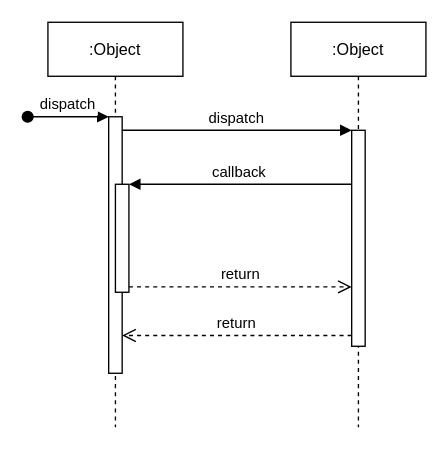
Above: Listener.drawio in Luffybaga/draw (draw.io), before the change. Source tidied: cells renumbered, new cells numbered last; positions are measured from the earlier drawing's top-left corner, leaving out a move shared by most shapes. Both pictures are drawn from the tidied source at 135%, with x=0, y=0 at pixel (27, 22).
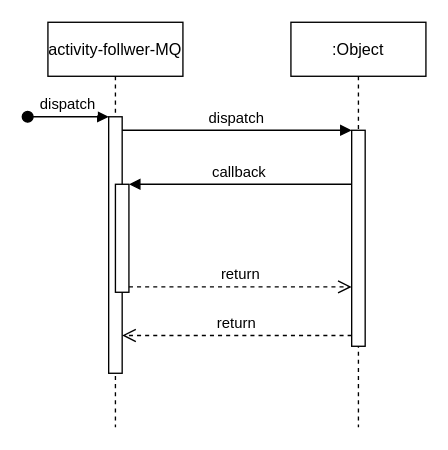
Above is the later version.

The edit, as a diff of the source:
```diff
@@
 <mxGraphModel>
   <root>
     <mxCell id="0" />
     <mxCell id="1" parent="0" />
-    <mxCell id="2" value=":Object" style="shape=umlLifeline;perimeter=lifelinePerimeter;rounded=0;shadow=0;strokeWidth=1;" parent="1" vertex="1">
+    <mxCell id="2" value="activity-follwer-MQ" style="shape=umlLifeline;perimeter=lifelinePerimeter;rounded=0;shadow=0;strokeWidth=1;" parent="1" vertex="1">
       <mxGeometry x="15" width="100" height="300" as="geometry" />
     </mxCell>
     <mxCell id="3" style="points=[];perimeter=orthogonalPerimeter;rounded=0;shadow=0;strokeWidth=1;" parent="2" vertex="1">
       <mxGeometry x="45" y="70" width="10" height="190" as="geometry" />
     </mxCell>
     <mxCell id="4" value="dispatch" style="verticalAlign=bottom;startArrow=oval;endArrow=block;startSize=8;shadow=0;strokeWidth=1;" parent="2" edge="1" target="3">
       <mxGeometry relative="1" as="geometry">
         <mxPoint x="-15" y="70" as="sourcePoint" />
       </mxGeometry>
     </mxCell>
     <mxCell id="5" style="points=[];perimeter=orthogonalPerimeter;rounded=0;shadow=0;strokeWidth=1;" parent="2" vertex="1">
       <mxGeometry x="50" y="120" width="10" height="80" as="geometry" />
     </mxCell>
     <mxCell id="6" value=":Object" style="shape=umlLifeline;perimeter=lifelinePerimeter;rounded=0;shadow=0;strokeWidth=1;" parent="1" vertex="1">
       <mxGeometry x="195" width="100" height="300" as="geometry" />
     </mxCell>
     <mxCell id="7" style="points=[];perimeter=orthogonalPerimeter;rounded=0;shadow=0;strokeWidth=1;" parent="6" vertex="1">
       <mxGeometry x="45" y="80" width="10" height="160" as="geometry" />
     </mxCell>
     <mxCell id="8" value="return" style="verticalAlign=bottom;endArrow=open;dashed=1;endSize=8;exitX=0;exitY=0.95;shadow=0;strokeWidth=1;" parent="1" edge="1" source="7" target="3">
       <mxGeometry relative="1" as="geometry" />
     </mxCell>
     <mxCell id="9" value="dispatch" style="verticalAlign=bottom;endArrow=block;entryX=0;entryY=0;shadow=0;strokeWidth=1;" parent="1" edge="1" source="3" target="7">
       <mxGeometry relative="1" as="geometry" />
     </mxCell>
     <mxCell id="10" value="callback" style="verticalAlign=bottom;endArrow=block;entryX=1;entryY=0;shadow=0;strokeWidth=1;" parent="1" edge="1" source="7" target="5">
       <mxGeometry relative="1" as="geometry" />
     </mxCell>
     <mxCell id="11" value="return" style="verticalAlign=bottom;endArrow=open;dashed=1;endSize=8;exitX=1;exitY=0.95;shadow=0;strokeWidth=1;" parent="1" edge="1" source="5" target="7">
       <mxGeometry relative="1" as="geometry" />
     </mxCell>
   </root>
 </mxGraphModel>
```
